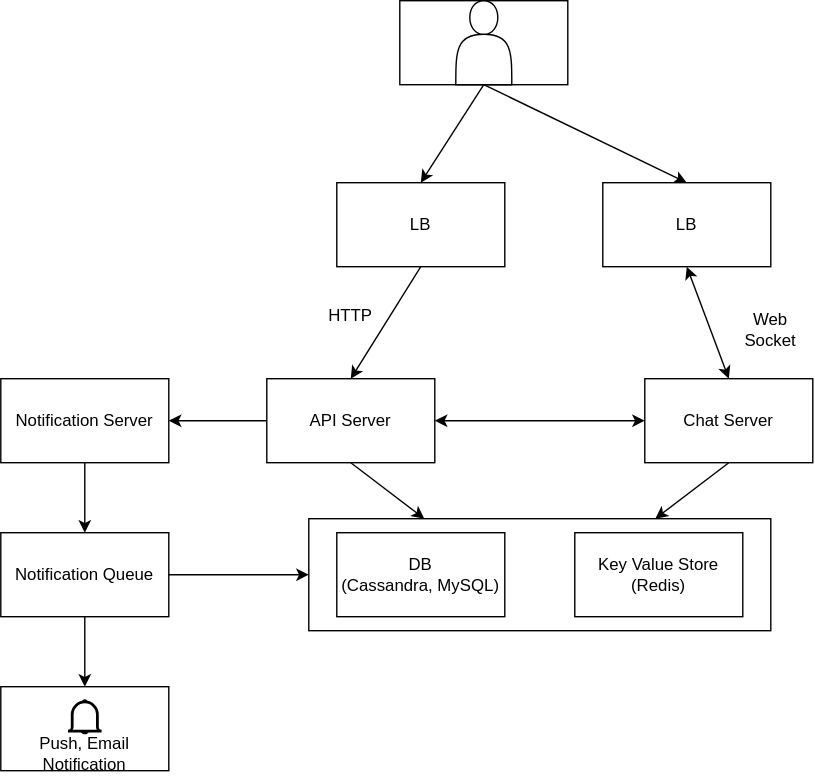
Above: chat-system/architecture.drawio.svg in Baplisca/System-Design (draw.io), before the change. Source tidied: cells renumbered, new cells last; positions are measured from the earlier drawing's top-left corner, leaving out a move shared by most shapes. Its diagram source:
```xml
<mxGraphModel>
  <root>
    <mxCell id="0" />
    <mxCell id="1" parent="0" />
    <mxCell id="2" style="rounded=0;whiteSpace=wrap;html=1;" parent="1" vertex="1">
      <mxGeometry x="285" width="120" height="60" as="geometry" />
    </mxCell>
    <mxCell id="3" style="shape=actor;whiteSpace=wrap;html=1;" parent="1" vertex="1">
      <mxGeometry x="325" width="40" height="60" as="geometry" />
    </mxCell>
    <mxCell id="4" style="endArrow=classic;html=1;exitX=0.5;exitY=1;exitDx=0;exitDy=0;entryX=0.5;entryY=0;entryDx=0;entryDy=0;" parent="1" edge="1" source="3" target="5">
      <mxGeometry relative="1" as="geometry" />
    </mxCell>
    <mxCell id="5" value="LB" style="rounded=0;whiteSpace=wrap;html=1;" parent="1" vertex="1">
      <mxGeometry x="240" y="130" width="120" height="60" as="geometry" />
    </mxCell>
    <mxCell id="6" style="endArrow=classic;html=1;exitX=0.5;exitY=1;exitDx=0;exitDy=0;entryX=0.5;entryY=0;entryDx=0;entryDy=0;" parent="1" edge="1" source="5" target="7">
      <mxGeometry relative="1" as="geometry" />
    </mxCell>
    <mxCell id="7" value="API Server" style="rounded=0;whiteSpace=wrap;html=1;" parent="1" vertex="1">
      <mxGeometry x="190" y="270" width="120" height="60" as="geometry" />
    </mxCell>
    <mxCell id="8" value="Notification Server" style="rounded=0;whiteSpace=wrap;html=1;" parent="1" vertex="1">
      <mxGeometry y="270" width="120" height="60" as="geometry" />
    </mxCell>
    <mxCell id="9" style="endArrow=classic;html=1;exitX=0;exitY=0.5;exitDx=0;exitDy=0;entryX=1;entryY=0.5;entryDx=0;entryDy=0;" parent="1" edge="1" source="7" target="8">
      <mxGeometry relative="1" as="geometry" />
    </mxCell>
    <mxCell id="10" value="Notification Queue" style="rounded=0;whiteSpace=wrap;html=1;" parent="1" vertex="1">
      <mxGeometry y="380" width="120" height="60" as="geometry" />
    </mxCell>
    <mxCell id="11" style="endArrow=classic;html=1;exitX=0.5;exitY=1;exitDx=0;exitDy=0;" parent="1" edge="1" source="8" target="10">
      <mxGeometry relative="1" as="geometry" />
    </mxCell>
    <mxCell id="12" value="Chat Server" style="rounded=0;whiteSpace=wrap;html=1;" parent="1" vertex="1">
      <mxGeometry x="460" y="270" width="120" height="60" as="geometry" />
    </mxCell>
    <mxCell id="13" style="endArrow=classic;startArrow=classic;html=1;exitX=0.5;exitY=1;exitDx=0;exitDy=0;entryX=0.5;entryY=0;entryDx=0;entryDy=0;" parent="1" edge="1" source="23" target="12">
      <mxGeometry relative="1" as="geometry" />
    </mxCell>
    <mxCell id="14" value="Web Socket" style="text;html=1;strokeColor=none;fillColor=none;align=center;verticalAlign=middle;whiteSpace=wrap;rounded=0;" parent="1" vertex="1">
      <mxGeometry x="520" y="220" width="60" height="30" as="geometry" />
    </mxCell>
    <mxCell id="15" style="rounded=0;whiteSpace=wrap;html=1;" parent="1" vertex="1">
      <mxGeometry x="220" y="370" width="330" height="80" as="geometry" />
    </mxCell>
    <mxCell id="16" value="DB&lt;br&gt;(Cassandra, MySQL)" style="rounded=0;whiteSpace=wrap;html=1;" parent="1" vertex="1">
      <mxGeometry x="240" y="380" width="120" height="60" as="geometry" />
    </mxCell>
    <mxCell id="17" value="Key Value Store (Redis)" style="rounded=0;whiteSpace=wrap;html=1;" parent="1" vertex="1">
      <mxGeometry x="410" y="380" width="120" height="60" as="geometry" />
    </mxCell>
    <mxCell id="18" style="endArrow=classic;html=1;exitX=1;exitY=0.5;exitDx=0;exitDy=0;entryX=0;entryY=0.5;entryDx=0;entryDy=0;" parent="1" edge="1" source="10" target="15">
      <mxGeometry relative="1" as="geometry" />
    </mxCell>
    <mxCell id="19" style="endArrow=classic;html=1;exitX=0.5;exitY=1;exitDx=0;exitDy=0;entryX=0.25;entryY=0;entryDx=0;entryDy=0;" parent="1" edge="1" source="7" target="15">
      <mxGeometry relative="1" as="geometry" />
    </mxCell>
    <mxCell id="20" style="endArrow=classic;html=1;exitX=0.5;exitY=1;exitDx=0;exitDy=0;entryX=0.75;entryY=0;entryDx=0;entryDy=0;" parent="1" edge="1" source="12" target="15">
      <mxGeometry relative="1" as="geometry" />
    </mxCell>
    <mxCell id="21" value="HTTP" style="text;html=1;strokeColor=none;fillColor=none;align=center;verticalAlign=middle;whiteSpace=wrap;rounded=0;" parent="1" vertex="1">
      <mxGeometry x="220" y="210" width="60" height="30" as="geometry" />
    </mxCell>
    <mxCell id="22" style="endArrow=classic;startArrow=classic;html=1;exitX=1;exitY=0.5;exitDx=0;exitDy=0;entryX=0;entryY=0.5;entryDx=0;entryDy=0;" parent="1" edge="1" source="7" target="12">
      <mxGeometry relative="1" as="geometry" />
    </mxCell>
    <mxCell id="23" value="LB" style="rounded=0;whiteSpace=wrap;html=1;" parent="1" vertex="1">
      <mxGeometry x="430" y="130" width="120" height="60" as="geometry" />
    </mxCell>
    <mxCell id="24" style="endArrow=classic;html=1;exitX=0.5;exitY=1;exitDx=0;exitDy=0;entryX=0.5;entryY=0;entryDx=0;entryDy=0;" parent="1" edge="1" source="3" target="23">
      <mxGeometry relative="1" as="geometry" />
    </mxCell>
    <mxCell id="25" style="endArrow=classic;html=1;exitX=0.5;exitY=1;exitDx=0;exitDy=0;" parent="1" edge="1" source="10">
      <mxGeometry relative="1" as="geometry">
        <mxPoint x="60" y="490" as="targetPoint" />
      </mxGeometry>
    </mxCell>
    <mxCell id="26" style="rounded=0;whiteSpace=wrap;html=1;" parent="1" vertex="1">
      <mxGeometry y="490" width="120" height="60" as="geometry" />
    </mxCell>
    <mxCell id="27" style="html=1;verticalLabelPosition=bottom;align=center;labelBackgroundColor=#ffffff;verticalAlign=top;strokeWidth=2;strokeColor=#000000;shadow=0;dashed=0;shape=mxgraph.ios7.icons.bell;" parent="1" vertex="1">
      <mxGeometry x="48" y="500" width="24" height="23.1" as="geometry" />
    </mxCell>
    <mxCell id="28" value="Push, Email Notification" style="text;html=1;strokeColor=none;fillColor=none;align=center;verticalAlign=middle;whiteSpace=wrap;rounded=0;" parent="1" vertex="1">
      <mxGeometry x="10" y="523.1" width="100" height="30" as="geometry" />
    </mxCell>
  </root>
</mxGraphModel>
```
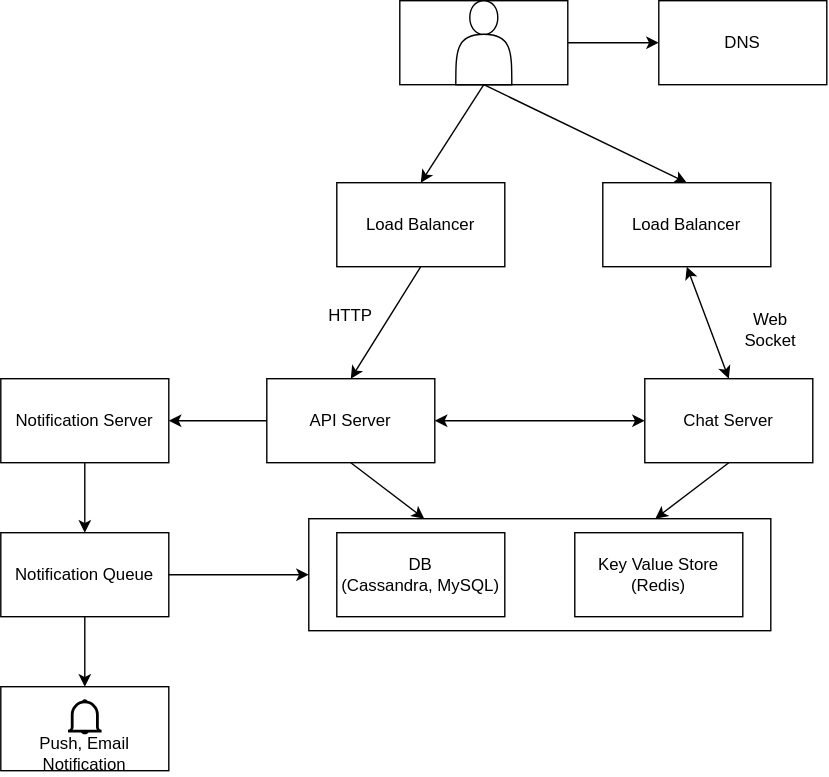
After the commit.

Change to the diagram source:
```diff
@@ -11,7 +11,7 @@
     <mxCell id="4" style="endArrow=classic;html=1;exitX=0.5;exitY=1;exitDx=0;exitDy=0;entryX=0.5;entryY=0;entryDx=0;entryDy=0;" parent="1" edge="1" source="3" target="5">
       <mxGeometry relative="1" as="geometry" />
     </mxCell>
-    <mxCell id="5" value="LB" style="rounded=0;whiteSpace=wrap;html=1;" parent="1" vertex="1">
+    <mxCell id="5" value="Load Balancer" style="rounded=0;whiteSpace=wrap;html=1;" parent="1" vertex="1">
       <mxGeometry x="240" y="130" width="120" height="60" as="geometry" />
     </mxCell>
     <mxCell id="6" style="endArrow=classic;html=1;exitX=0.5;exitY=1;exitDx=0;exitDy=0;entryX=0.5;entryY=0;entryDx=0;entryDy=0;" parent="1" edge="1" source="5" target="7">
@@ -65,7 +65,7 @@
     <mxCell id="22" style="endArrow=classic;startArrow=classic;html=1;exitX=1;exitY=0.5;exitDx=0;exitDy=0;entryX=0;entryY=0.5;entryDx=0;entryDy=0;" parent="1" edge="1" source="7" target="12">
       <mxGeometry relative="1" as="geometry" />
     </mxCell>
-    <mxCell id="23" value="LB" style="rounded=0;whiteSpace=wrap;html=1;" parent="1" vertex="1">
+    <mxCell id="23" value="Load Balancer" style="rounded=0;whiteSpace=wrap;html=1;" parent="1" vertex="1">
       <mxGeometry x="430" y="130" width="120" height="60" as="geometry" />
     </mxCell>
     <mxCell id="24" style="endArrow=classic;html=1;exitX=0.5;exitY=1;exitDx=0;exitDy=0;entryX=0.5;entryY=0;entryDx=0;entryDy=0;" parent="1" edge="1" source="3" target="23">
@@ -85,5 +85,13 @@
     <mxCell id="28" value="Push, Email Notification" style="text;html=1;strokeColor=none;fillColor=none;align=center;verticalAlign=middle;whiteSpace=wrap;rounded=0;" parent="1" vertex="1">
       <mxGeometry x="10" y="523.1" width="100" height="30" as="geometry" />
     </mxCell>
+    <mxCell id="29" style="endArrow=classic;html=1;exitX=1;exitY=0.5;exitDx=0;exitDy=0;" parent="1" edge="1" source="2">
+      <mxGeometry relative="1" as="geometry">
+        <mxPoint x="470" y="30" as="targetPoint" />
+      </mxGeometry>
+    </mxCell>
+    <mxCell id="30" value="DNS" style="rounded=0;whiteSpace=wrap;html=1;strokeColor=#000000;" parent="1" vertex="1">
+      <mxGeometry x="470" width="120" height="60" as="geometry" />
+    </mxCell>
   </root>
 </mxGraphModel>
```
